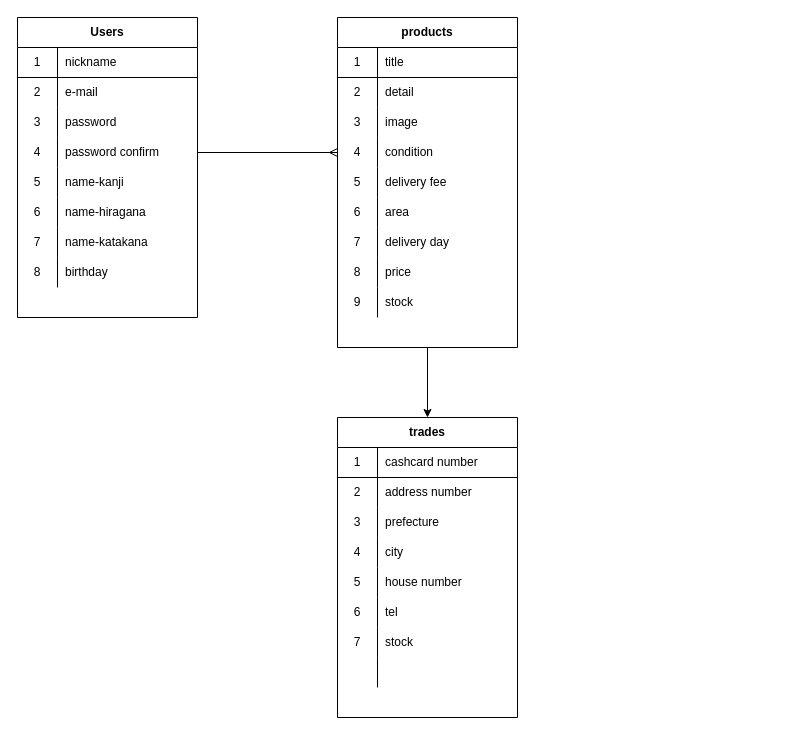
Before: database.dio in sontixyou/furima-33852, a draw.io diagram. Source tidied: cells renumbered, new cells numbered last; positions are measured from the earlier drawing's top-left corner, leaving out a move shared by most shapes. Both pictures are drawn from the tidied source at 100%, with x=0, y=0 at pixel (17, 17).
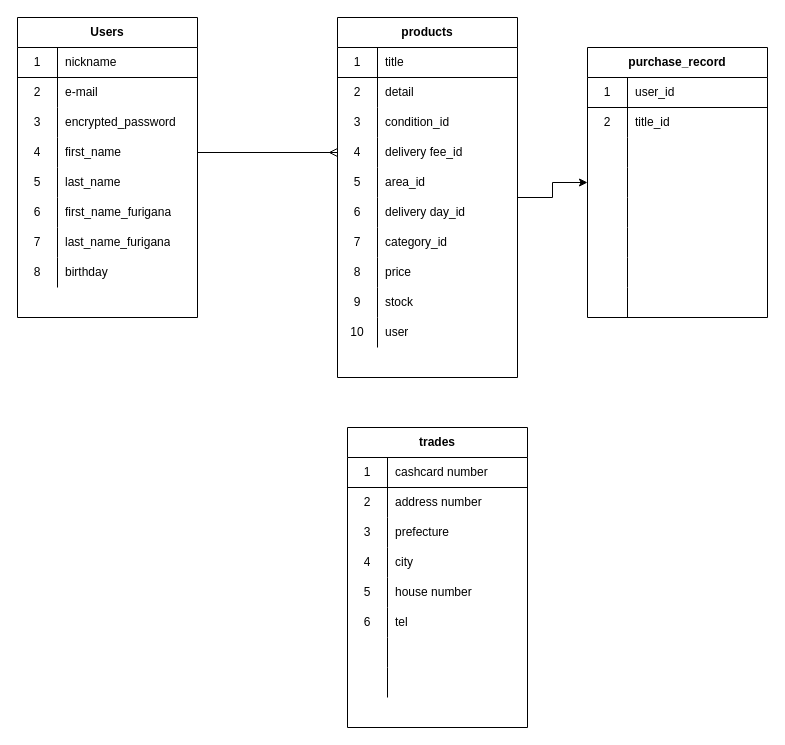
After the change.

Unchanged cells that the change refers to:
```xml
<mxCell id="9" style="shape=partialRectangle;html=1;whiteSpace=wrap;fillColor=none;top=0;left=0;bottom=0;right=0;" parent="2" vertex="1">
  <mxGeometry y="90" width="180" height="30" as="geometry" />
</mxCell>
<mxCell id="12" style="shape=partialRectangle;html=1;whiteSpace=wrap;fillColor=none;top=0;left=0;bottom=0;right=0;points=[[0,0.5],[1,0.5]];portConstraint=eastwest;" parent="2" vertex="1">
  <mxGeometry y="120" width="180" height="30" as="geometry" />
</mxCell>
<mxCell id="15" style="shape=partialRectangle;html=1;whiteSpace=wrap;fillColor=none;top=0;left=0;bottom=0;right=0;" parent="2" vertex="1">
  <mxGeometry y="150" width="180" height="30" as="geometry" />
</mxCell>
<mxCell id="18" style="shape=partialRectangle;html=1;whiteSpace=wrap;fillColor=none;top=0;left=0;bottom=0;right=0;" parent="2" vertex="1">
  <mxGeometry y="180" width="180" height="30" as="geometry" />
</mxCell>
<mxCell id="21" style="shape=partialRectangle;html=1;whiteSpace=wrap;fillColor=none;top=0;left=0;bottom=0;right=0;" parent="2" vertex="1">
  <mxGeometry y="210" width="180" height="30" as="geometry" />
</mxCell>
<mxCell id="35" style="shape=partialRectangle;html=1;whiteSpace=wrap;fillColor=none;top=0;left=0;bottom=0;right=0;" parent="28" vertex="1">
  <mxGeometry y="90" width="180" height="30" as="geometry" />
</mxCell>
<mxCell id="38" style="shape=partialRectangle;html=1;whiteSpace=wrap;fillColor=none;top=0;left=0;bottom=0;right=0;points=[[0,0.5],[1,0.5]];portConstraint=eastwest;" parent="28" vertex="1">
  <mxGeometry y="120" width="180" height="30" as="geometry" />
</mxCell>
<mxCell id="41" style="shape=partialRectangle;html=1;whiteSpace=wrap;fillColor=none;top=0;left=0;bottom=0;right=0;" parent="28" vertex="1">
  <mxGeometry y="150" width="180" height="30" as="geometry" />
</mxCell>
<mxCell id="44" style="shape=partialRectangle;html=1;whiteSpace=wrap;fillColor=none;top=0;left=0;bottom=0;right=0;" parent="28" vertex="1">
  <mxGeometry y="180" width="180" height="30" as="geometry" />
</mxCell>
<mxCell id="47" style="shape=partialRectangle;html=1;whiteSpace=wrap;fillColor=none;top=0;left=0;bottom=0;right=0;" parent="28" vertex="1">
  <mxGeometry y="210" width="180" height="30" as="geometry" />
</mxCell>
<mxCell id="57" style="shape=partialRectangle;html=1;whiteSpace=wrap;fillColor=none;top=0;left=0;bottom=1;right=0;" parent="56" vertex="1">
  <mxGeometry y="30" width="180" height="30" as="geometry" />
</mxCell>
<mxCell id="60" style="shape=partialRectangle;html=1;whiteSpace=wrap;fillColor=none;top=0;left=0;bottom=0;right=0;" parent="56" vertex="1">
  <mxGeometry y="60" width="180" height="30" as="geometry" />
</mxCell>
<mxCell id="63" style="shape=partialRectangle;html=1;whiteSpace=wrap;fillColor=none;top=0;left=0;bottom=0;right=0;" parent="56" vertex="1">
  <mxGeometry y="90" width="180" height="30" as="geometry" />
</mxCell>
<mxCell id="66" style="shape=partialRectangle;html=1;whiteSpace=wrap;fillColor=none;top=0;left=0;bottom=0;right=0;" parent="56" vertex="1">
  <mxGeometry y="120" width="180" height="30" as="geometry" />
</mxCell>
<mxCell id="69" style="shape=partialRectangle;html=1;whiteSpace=wrap;fillColor=none;top=0;left=0;bottom=0;right=0;" parent="56" vertex="1">
  <mxGeometry y="150" width="180" height="30" as="geometry" />
</mxCell>
<mxCell id="72" style="shape=partialRectangle;html=1;whiteSpace=wrap;fillColor=none;top=0;left=0;bottom=0;right=0;" parent="56" vertex="1">
  <mxGeometry y="180" width="180" height="30" as="geometry" />
</mxCell>
<mxCell id="75" style="shape=partialRectangle;html=1;whiteSpace=wrap;fillColor=none;top=0;left=0;bottom=0;right=0;" parent="56" vertex="1">
  <mxGeometry y="210" width="180" height="30" as="geometry" />
</mxCell>
```

The edit, as a diff of the source:
```diff
@@
-    <mxCell id="11" value="password" style="shape=partialRectangle;html=1;whiteSpace=wrap;fillColor=none;top=0;left=0;bottom=0;right=0;align=left;spacingLeft=6;overflow=hidden;" parent="9" vertex="1">
+    <mxCell id="11" value="encrypted_password" style="shape=partialRectangle;html=1;whiteSpace=wrap;fillColor=none;top=0;left=0;bottom=0;right=0;align=left;spacingLeft=6;overflow=hidden;" parent="9" vertex="1">
       <mxGeometry x="40" width="140" height="30" as="geometry" />
     </mxCell>
@@
-    <mxCell id="14" value="password confirm" style="shape=partialRectangle;html=1;whiteSpace=wrap;fillColor=none;top=0;left=0;bottom=0;right=0;align=left;spacingLeft=6;overflow=hidden;" parent="12" vertex="1">
+    <mxCell id="14" value="first_name" style="shape=partialRectangle;html=1;whiteSpace=wrap;fillColor=none;top=0;left=0;bottom=0;right=0;align=left;spacingLeft=6;overflow=hidden;" parent="12" vertex="1">
       <mxGeometry x="40" width="140" height="30" as="geometry" />
     </mxCell>
@@
-    <mxCell id="17" value="name-kanji" style="shape=partialRectangle;html=1;whiteSpace=wrap;fillColor=none;top=0;left=0;bottom=0;right=0;align=left;spacingLeft=6;overflow=hidden;" parent="15" vertex="1">
+    <mxCell id="17" value="last_name" style="shape=partialRectangle;html=1;whiteSpace=wrap;fillColor=none;top=0;left=0;bottom=0;right=0;align=left;spacingLeft=6;overflow=hidden;" parent="15" vertex="1">
       <mxGeometry x="40" width="140" height="30" as="geometry" />
     </mxCell>
@@
-    <mxCell id="20" value="name-hiragana" style="shape=partialRectangle;html=1;whiteSpace=wrap;fillColor=none;top=0;left=0;bottom=0;right=0;align=left;spacingLeft=6;overflow=hidden;" parent="18" vertex="1">
+    <mxCell id="20" value="first_name_furigana" style="shape=partialRectangle;html=1;whiteSpace=wrap;fillColor=none;top=0;left=0;bottom=0;right=0;align=left;spacingLeft=6;overflow=hidden;" parent="18" vertex="1">
       <mxGeometry x="40" width="140" height="30" as="geometry" />
     </mxCell>
@@
-    <mxCell id="23" value="name-katakana" style="shape=partialRectangle;html=1;whiteSpace=wrap;fillColor=none;top=0;left=0;bottom=0;right=0;align=left;spacingLeft=6;overflow=hidden;" parent="21" vertex="1">
+    <mxCell id="23" value="last_name_furigana" style="shape=partialRectangle;html=1;whiteSpace=wrap;fillColor=none;top=0;left=0;bottom=0;right=0;align=left;spacingLeft=6;overflow=hidden;" parent="21" vertex="1">
       <mxGeometry x="40" width="140" height="30" as="geometry" />
     </mxCell>
@@
     <mxCell id="28" value="products" style="shape=table;html=1;whiteSpace=wrap;startSize=30;childLayout=tableLayout;rowLines=0;fontStyle=1;align=center;" parent="1" vertex="1">
-      <mxGeometry x="320" width="180" height="330" as="geometry" />
+      <mxGeometry x="320" width="180" height="360" as="geometry" />
     </mxCell>
@@
-    <mxCell id="37" value="image" style="shape=partialRectangle;html=1;whiteSpace=wrap;fillColor=none;top=0;left=0;bottom=0;right=0;align=left;spacingLeft=6;overflow=hidden;" parent="35" vertex="1">
+    <mxCell id="37" value="condition_id" style="shape=partialRectangle;html=1;whiteSpace=wrap;fillColor=none;top=0;left=0;bottom=0;right=0;align=left;spacingLeft=6;overflow=hidden;" parent="35" vertex="1">
       <mxGeometry x="40" width="140" height="30" as="geometry" />
     </mxCell>
@@
-    <mxCell id="40" value="condition" style="shape=partialRectangle;html=1;whiteSpace=wrap;fillColor=none;top=0;left=0;bottom=0;right=0;align=left;spacingLeft=6;overflow=hidden;" parent="38" vertex="1">
+    <mxCell id="40" value="&lt;span&gt;delivery fee_id&lt;/span&gt;" style="shape=partialRectangle;html=1;whiteSpace=wrap;fillColor=none;top=0;left=0;bottom=0;right=0;align=left;spacingLeft=6;overflow=hidden;" parent="38" vertex="1">
       <mxGeometry x="40" width="140" height="30" as="geometry" />
     </mxCell>
@@
-    <mxCell id="43" value="delivery fee" style="shape=partialRectangle;html=1;whiteSpace=wrap;fillColor=none;top=0;left=0;bottom=0;right=0;align=left;spacingLeft=6;overflow=hidden;" parent="41" vertex="1">
+    <mxCell id="43" value="area_id" style="shape=partialRectangle;html=1;whiteSpace=wrap;fillColor=none;top=0;left=0;bottom=0;right=0;align=left;spacingLeft=6;overflow=hidden;" parent="41" vertex="1">
       <mxGeometry x="40" width="140" height="30" as="geometry" />
     </mxCell>
@@
-    <mxCell id="46" value="area" style="shape=partialRectangle;html=1;whiteSpace=wrap;fillColor=none;top=0;left=0;bottom=0;right=0;align=left;spacingLeft=6;overflow=hidden;" parent="44" vertex="1">
+    <mxCell id="46" value="delivery day_id" style="shape=partialRectangle;html=1;whiteSpace=wrap;fillColor=none;top=0;left=0;bottom=0;right=0;align=left;spacingLeft=6;overflow=hidden;" parent="44" vertex="1">
       <mxGeometry x="40" width="140" height="30" as="geometry" />
     </mxCell>
@@
-    <mxCell id="49" value="delivery day" style="shape=partialRectangle;html=1;whiteSpace=wrap;fillColor=none;top=0;left=0;bottom=0;right=0;align=left;spacingLeft=6;overflow=hidden;" parent="47" vertex="1">
+    <mxCell id="49" value="category_id" style="shape=partialRectangle;html=1;whiteSpace=wrap;fillColor=none;top=0;left=0;bottom=0;right=0;align=left;spacingLeft=6;overflow=hidden;" parent="47" vertex="1">
       <mxGeometry x="40" width="140" height="30" as="geometry" />
     </mxCell>
@@
+    <mxCell id="82" style="shape=partialRectangle;html=1;whiteSpace=wrap;fillColor=none;top=0;left=0;bottom=0;right=0;" parent="28" vertex="1">
+      <mxGeometry y="300" width="180" height="30" as="geometry" />
+    </mxCell>
+    <mxCell id="83" value="10" style="shape=partialRectangle;html=1;whiteSpace=wrap;fillColor=none;top=0;left=0;bottom=0;right=0;overflow=hidden;" parent="82" vertex="1">
+      <mxGeometry width="40" height="30" as="geometry" />
+    </mxCell>
+    <mxCell id="84" value="user" style="shape=partialRectangle;html=1;whiteSpace=wrap;fillColor=none;top=0;left=0;bottom=0;right=0;align=left;spacingLeft=6;overflow=hidden;" parent="82" vertex="1">
+      <mxGeometry x="40" width="140" height="30" as="geometry" />
+    </mxCell>
-    <mxCell id="56" value="trades" style="shape=table;html=1;whiteSpace=wrap;startSize=30;childLayout=tableLayout;rowLines=0;fontStyle=1;align=center;" parent="1" vertex="1">
-      <mxGeometry x="320" y="400" width="180" height="300" as="geometry" />
+    <mxCell id="56" value="purchase_record" style="shape=table;html=1;whiteSpace=wrap;startSize=30;childLayout=tableLayout;rowLines=0;fontStyle=1;align=center;" parent="1" vertex="1">
+      <mxGeometry x="570" y="30" width="180" height="270" as="geometry" />
     </mxCell>
@@
-    <mxCell id="59" value="cashcard number" style="shape=partialRectangle;html=1;whiteSpace=wrap;fillColor=none;top=0;left=0;bottom=0;right=0;align=left;spacingLeft=6;overflow=hidden;" parent="57" vertex="1">
+    <mxCell id="59" value="user_id" style="shape=partialRectangle;html=1;whiteSpace=wrap;fillColor=none;top=0;left=0;bottom=0;right=0;align=left;spacingLeft=6;overflow=hidden;" parent="57" vertex="1">
       <mxGeometry x="40" width="140" height="30" as="geometry" />
     </mxCell>
@@
-    <mxCell id="62" value="address number" style="shape=partialRectangle;html=1;whiteSpace=wrap;fillColor=none;top=0;left=0;bottom=0;right=0;align=left;spacingLeft=6;overflow=hidden;" parent="60" vertex="1">
+    <mxCell id="62" value="title_id" style="shape=partialRectangle;html=1;whiteSpace=wrap;fillColor=none;top=0;left=0;bottom=0;right=0;align=left;spacingLeft=6;overflow=hidden;" parent="60" vertex="1">
       <mxGeometry x="40" width="140" height="30" as="geometry" />
     </mxCell>
@@
-    <mxCell id="64" value="3" style="shape=partialRectangle;html=1;whiteSpace=wrap;fillColor=none;top=0;left=0;bottom=0;right=0;overflow=hidden;" parent="63" vertex="1">
+    <mxCell id="64" style="shape=partialRectangle;html=1;whiteSpace=wrap;fillColor=none;top=0;left=0;bottom=0;right=0;overflow=hidden;" parent="63" vertex="1">
       <mxGeometry width="40" height="30" as="geometry" />
     </mxCell>
-    <mxCell id="65" value="prefecture" style="shape=partialRectangle;html=1;whiteSpace=wrap;fillColor=none;top=0;left=0;bottom=0;right=0;align=left;spacingLeft=6;overflow=hidden;" parent="63" vertex="1">
+    <mxCell id="65" style="shape=partialRectangle;html=1;whiteSpace=wrap;fillColor=none;top=0;left=0;bottom=0;right=0;align=left;spacingLeft=6;overflow=hidden;" parent="63" vertex="1">
       <mxGeometry x="40" width="140" height="30" as="geometry" />
     </mxCell>
@@
-    <mxCell id="67" value="4" style="shape=partialRectangle;html=1;whiteSpace=wrap;fillColor=none;top=0;left=0;bottom=0;right=0;overflow=hidden;" parent="66" vertex="1">
+    <mxCell id="67" style="shape=partialRectangle;html=1;whiteSpace=wrap;fillColor=none;top=0;left=0;bottom=0;right=0;overflow=hidden;" parent="66" vertex="1">
       <mxGeometry width="40" height="30" as="geometry" />
     </mxCell>
-    <mxCell id="68" value="city" style="shape=partialRectangle;html=1;whiteSpace=wrap;fillColor=none;top=0;left=0;bottom=0;right=0;align=left;spacingLeft=6;overflow=hidden;" parent="66" vertex="1">
+    <mxCell id="68" style="shape=partialRectangle;html=1;whiteSpace=wrap;fillColor=none;top=0;left=0;bottom=0;right=0;align=left;spacingLeft=6;overflow=hidden;" parent="66" vertex="1">
       <mxGeometry x="40" width="140" height="30" as="geometry" />
     </mxCell>
@@
-    <mxCell id="70" value="5" style="shape=partialRectangle;html=1;whiteSpace=wrap;fillColor=none;top=0;left=0;bottom=0;right=0;overflow=hidden;" parent="69" vertex="1">
+    <mxCell id="70" style="shape=partialRectangle;html=1;whiteSpace=wrap;fillColor=none;top=0;left=0;bottom=0;right=0;overflow=hidden;" parent="69" vertex="1">
       <mxGeometry width="40" height="30" as="geometry" />
     </mxCell>
-    <mxCell id="71" value="house number" style="shape=partialRectangle;html=1;whiteSpace=wrap;fillColor=none;top=0;left=0;bottom=0;right=0;align=left;spacingLeft=6;overflow=hidden;" parent="69" vertex="1">
+    <mxCell id="71" style="shape=partialRectangle;html=1;whiteSpace=wrap;fillColor=none;top=0;left=0;bottom=0;right=0;align=left;spacingLeft=6;overflow=hidden;" parent="69" vertex="1">
       <mxGeometry x="40" width="140" height="30" as="geometry" />
     </mxCell>
@@
-    <mxCell id="73" value="6" style="shape=partialRectangle;html=1;whiteSpace=wrap;fillColor=none;top=0;left=0;bottom=0;right=0;overflow=hidden;" parent="72" vertex="1">
+    <mxCell id="73" style="shape=partialRectangle;html=1;whiteSpace=wrap;fillColor=none;top=0;left=0;bottom=0;right=0;overflow=hidden;" parent="72" vertex="1">
       <mxGeometry width="40" height="30" as="geometry" />
     </mxCell>
-    <mxCell id="74" value="tel" style="shape=partialRectangle;html=1;whiteSpace=wrap;fillColor=none;top=0;left=0;bottom=0;right=0;align=left;spacingLeft=6;overflow=hidden;" parent="72" vertex="1">
+    <mxCell id="74" style="shape=partialRectangle;html=1;whiteSpace=wrap;fillColor=none;top=0;left=0;bottom=0;right=0;align=left;spacingLeft=6;overflow=hidden;" parent="72" vertex="1">
       <mxGeometry x="40" width="140" height="30" as="geometry" />
     </mxCell>
@@
-    <mxCell id="76" value="7" style="shape=partialRectangle;html=1;whiteSpace=wrap;fillColor=none;top=0;left=0;bottom=0;right=0;overflow=hidden;" parent="75" vertex="1">
+    <mxCell id="76" style="shape=partialRectangle;html=1;whiteSpace=wrap;fillColor=none;top=0;left=0;bottom=0;right=0;overflow=hidden;" parent="75" vertex="1">
       <mxGeometry width="40" height="30" as="geometry" />
     </mxCell>
-    <mxCell id="77" value="stock" style="shape=partialRectangle;html=1;whiteSpace=wrap;fillColor=none;top=0;left=0;bottom=0;right=0;align=left;spacingLeft=6;overflow=hidden;" parent="75" vertex="1">
+    <mxCell id="77" style="shape=partialRectangle;html=1;whiteSpace=wrap;fillColor=none;top=0;left=0;bottom=0;right=0;align=left;spacingLeft=6;overflow=hidden;" parent="75" vertex="1">
       <mxGeometry x="40" width="140" height="30" as="geometry" />
     </mxCell>
@@
+    <mxCell id="85" style="shape=partialRectangle;html=1;whiteSpace=wrap;fillColor=none;top=0;left=0;bottom=0;right=0;overflow=hidden;" parent="1" vertex="1">
+      <mxGeometry x="330" y="620" width="40" height="30" as="geometry" />
+    </mxCell>
+    <mxCell id="86" value="trades" style="shape=table;html=1;whiteSpace=wrap;startSize=30;childLayout=tableLayout;rowLines=0;fontStyle=1;align=center;" parent="1" vertex="1">
+      <mxGeometry x="330" y="410" width="180" height="300" as="geometry" />
+    </mxCell>
+    <mxCell id="87" style="shape=partialRectangle;html=1;whiteSpace=wrap;fillColor=none;top=0;left=0;bottom=1;right=0;" parent="86" vertex="1">
+      <mxGeometry y="30" width="180" height="30" as="geometry" />
+    </mxCell>
+    <mxCell id="88" value="1" style="shape=partialRectangle;html=1;whiteSpace=wrap;fillColor=none;top=0;left=0;bottom=0;right=0;overflow=hidden;" parent="87" vertex="1">
+      <mxGeometry width="40" height="30" as="geometry" />
+    </mxCell>
+    <mxCell id="89" value="cashcard number" style="shape=partialRectangle;html=1;whiteSpace=wrap;fillColor=none;top=0;left=0;bottom=0;right=0;align=left;spacingLeft=6;overflow=hidden;" parent="87" vertex="1">
+      <mxGeometry x="40" width="140" height="30" as="geometry" />
+    </mxCell>
+    <mxCell id="90" style="shape=partialRectangle;html=1;whiteSpace=wrap;fillColor=none;top=0;left=0;bottom=0;right=0;" parent="86" vertex="1">
+      <mxGeometry y="60" width="180" height="30" as="geometry" />
+    </mxCell>
+    <mxCell id="91" value="2" style="shape=partialRectangle;html=1;whiteSpace=wrap;fillColor=none;top=0;left=0;bottom=0;right=0;overflow=hidden;" parent="90" vertex="1">
+      <mxGeometry width="40" height="30" as="geometry" />
+    </mxCell>
+    <mxCell id="92" value="address number" style="shape=partialRectangle;html=1;whiteSpace=wrap;fillColor=none;top=0;left=0;bottom=0;right=0;align=left;spacingLeft=6;overflow=hidden;" parent="90" vertex="1">
+      <mxGeometry x="40" width="140" height="30" as="geometry" />
+    </mxCell>
+    <mxCell id="93" style="shape=partialRectangle;html=1;whiteSpace=wrap;fillColor=none;top=0;left=0;bottom=0;right=0;" parent="86" vertex="1">
+      <mxGeometry y="90" width="180" height="30" as="geometry" />
+    </mxCell>
+    <mxCell id="94" value="3" style="shape=partialRectangle;html=1;whiteSpace=wrap;fillColor=none;top=0;left=0;bottom=0;right=0;overflow=hidden;" parent="93" vertex="1">
+      <mxGeometry width="40" height="30" as="geometry" />
+    </mxCell>
+    <mxCell id="95" value="prefecture" style="shape=partialRectangle;html=1;whiteSpace=wrap;fillColor=none;top=0;left=0;bottom=0;right=0;align=left;spacingLeft=6;overflow=hidden;" parent="93" vertex="1">
+      <mxGeometry x="40" width="140" height="30" as="geometry" />
+    </mxCell>
+    <mxCell id="96" style="shape=partialRectangle;html=1;whiteSpace=wrap;fillColor=none;top=0;left=0;bottom=0;right=0;" parent="86" vertex="1">
+      <mxGeometry y="120" width="180" height="30" as="geometry" />
+    </mxCell>
+    <mxCell id="97" value="4" style="shape=partialRectangle;html=1;whiteSpace=wrap;fillColor=none;top=0;left=0;bottom=0;right=0;overflow=hidden;" parent="96" vertex="1">
+      <mxGeometry width="40" height="30" as="geometry" />
+    </mxCell>
+    <mxCell id="98" value="city" style="shape=partialRectangle;html=1;whiteSpace=wrap;fillColor=none;top=0;left=0;bottom=0;right=0;align=left;spacingLeft=6;overflow=hidden;" parent="96" vertex="1">
+      <mxGeometry x="40" width="140" height="30" as="geometry" />
+    </mxCell>
+    <mxCell id="99" style="shape=partialRectangle;html=1;whiteSpace=wrap;fillColor=none;top=0;left=0;bottom=0;right=0;" parent="86" vertex="1">
+      <mxGeometry y="150" width="180" height="30" as="geometry" />
+    </mxCell>
+    <mxCell id="100" value="5" style="shape=partialRectangle;html=1;whiteSpace=wrap;fillColor=none;top=0;left=0;bottom=0;right=0;overflow=hidden;" parent="99" vertex="1">
+      <mxGeometry width="40" height="30" as="geometry" />
+    </mxCell>
+    <mxCell id="101" value="house number" style="shape=partialRectangle;html=1;whiteSpace=wrap;fillColor=none;top=0;left=0;bottom=0;right=0;align=left;spacingLeft=6;overflow=hidden;" parent="99" vertex="1">
+      <mxGeometry x="40" width="140" height="30" as="geometry" />
+    </mxCell>
+    <mxCell id="102" style="shape=partialRectangle;html=1;whiteSpace=wrap;fillColor=none;top=0;left=0;bottom=0;right=0;" parent="86" vertex="1">
+      <mxGeometry y="180" width="180" height="30" as="geometry" />
+    </mxCell>
+    <mxCell id="103" value="6" style="shape=partialRectangle;html=1;whiteSpace=wrap;fillColor=none;top=0;left=0;bottom=0;right=0;overflow=hidden;" parent="102" vertex="1">
+      <mxGeometry width="40" height="30" as="geometry" />
+    </mxCell>
+    <mxCell id="104" value="tel" style="shape=partialRectangle;html=1;whiteSpace=wrap;fillColor=none;top=0;left=0;bottom=0;right=0;align=left;spacingLeft=6;overflow=hidden;" parent="102" vertex="1">
+      <mxGeometry x="40" width="140" height="30" as="geometry" />
+    </mxCell>
+    <mxCell id="105" style="shape=partialRectangle;html=1;whiteSpace=wrap;fillColor=none;top=0;left=0;bottom=0;right=0;" parent="86" vertex="1">
+      <mxGeometry y="210" width="180" height="30" as="geometry" />
+    </mxCell>
+    <mxCell id="106" style="shape=partialRectangle;html=1;whiteSpace=wrap;fillColor=none;top=0;left=0;bottom=0;right=0;overflow=hidden;" parent="105" vertex="1">
+      <mxGeometry width="40" height="30" as="geometry" />
+    </mxCell>
+    <mxCell id="107" style="shape=partialRectangle;html=1;whiteSpace=wrap;fillColor=none;top=0;left=0;bottom=0;right=0;align=left;spacingLeft=6;overflow=hidden;" parent="105" vertex="1">
+      <mxGeometry x="40" width="140" height="30" as="geometry" />
+    </mxCell>
+    <mxCell id="108" style="shape=partialRectangle;html=1;whiteSpace=wrap;fillColor=none;top=0;left=0;bottom=0;right=0;" parent="86" vertex="1">
+      <mxGeometry y="240" width="180" height="30" as="geometry" />
+    </mxCell>
+    <mxCell id="109" style="shape=partialRectangle;html=1;whiteSpace=wrap;fillColor=none;top=0;left=0;bottom=0;right=0;overflow=hidden;" parent="108" vertex="1">
+      <mxGeometry width="40" height="30" as="geometry" />
+    </mxCell>
+    <mxCell id="110" style="shape=partialRectangle;html=1;whiteSpace=wrap;fillColor=none;top=0;left=0;bottom=0;right=0;align=left;spacingLeft=6;overflow=hidden;" parent="108" vertex="1">
+      <mxGeometry x="40" width="140" height="30" as="geometry" />
+    </mxCell>
```
